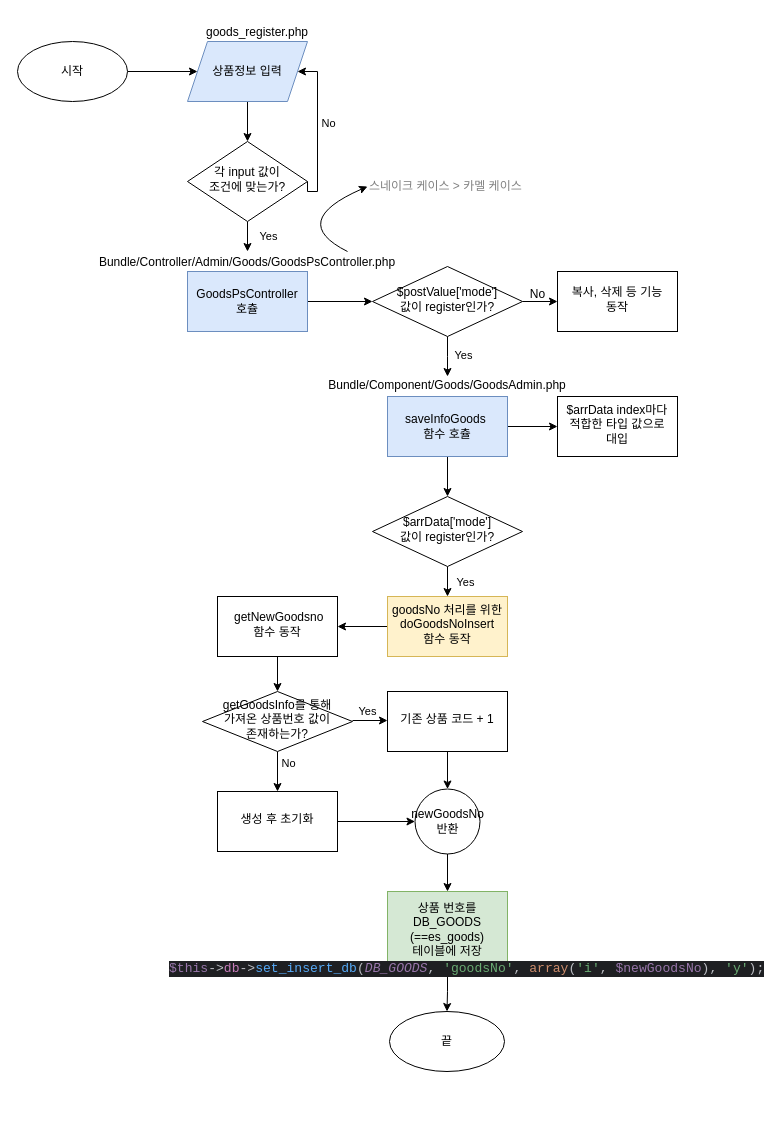
This is views/제목 없는 다이어그램.drawio from juwan-25/crypto, a draw.io file, before an edit. Source tidied: cells renumbered, new cells numbered last; positions are measured from the earlier drawing's top-left corner, leaving out a move shared by most shapes. Both pictures are drawn from the tidied source at 100%, with x=0, y=0 at pixel (17, 17).
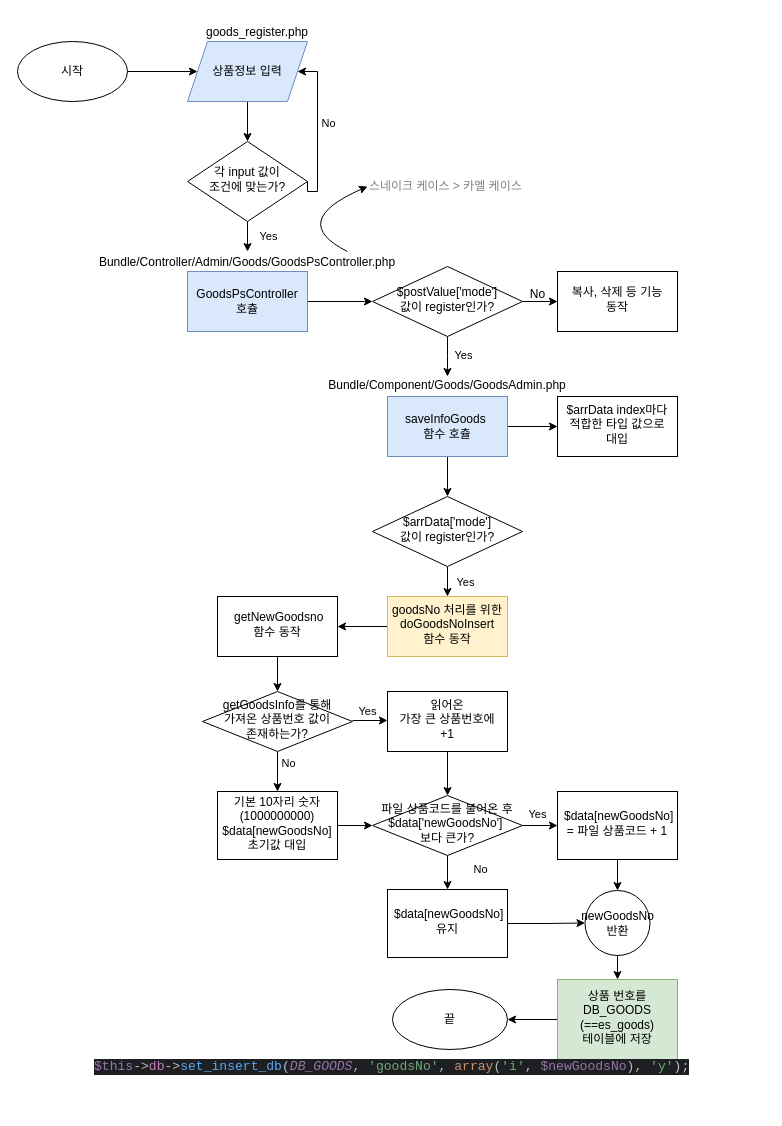
Above is the later version.

Commit message:
제목 없는 다이어그램.drawio 업데이트

Diff of the diagram source:
```diff
@@
-    <mxCell id="39" style="edgeStyle=orthogonalEdgeStyle;rounded=0;jettySize=auto;html=1;" parent="1" edge="1" source="40" target="46">
-      <mxGeometry relative="1" as="geometry" />
-    </mxCell>
+    <mxCell id="49" style="edgeStyle=orthogonalEdgeStyle;rounded=0;jettySize=auto;html=1;" parent="1" edge="1" source="40" target="54">
+      <mxGeometry relative="1" as="geometry" />
+    </mxCell>
-    <mxCell id="40" value="기존 상품 코드 + 1" style="whiteSpace=wrap;html=1;shadow=0;strokeWidth=1;spacing=6;spacingTop=-4;" parent="1" vertex="1">
+    <mxCell id="40" value="읽어온 &lt;br&gt;가장 큰 상품번호에 +1" style="whiteSpace=wrap;html=1;shadow=0;strokeWidth=1;spacing=6;spacingTop=-4;" parent="1" vertex="1">
       <mxGeometry x="370" y="674" width="120" height="60" as="geometry" />
     </mxCell>
-    <mxCell id="41" style="edgeStyle=orthogonalEdgeStyle;rounded=0;jettySize=auto;html=1;" parent="1" edge="1" source="42" target="46">
-      <mxGeometry relative="1" as="geometry" />
-    </mxCell>
+    <mxCell id="50" style="edgeStyle=orthogonalEdgeStyle;rounded=0;jettySize=auto;html=1;" parent="1" edge="1" source="42" target="54">
+      <mxGeometry relative="1" as="geometry" />
+    </mxCell>
-    <mxCell id="42" value="생성 후 초기화" style="whiteSpace=wrap;html=1;shadow=0;strokeWidth=1;spacing=6;spacingTop=-4;" parent="1" vertex="1">
-      <mxGeometry x="200" y="774" width="120" height="60" as="geometry" />
+    <mxCell id="42" value="기본 10자리 숫자(1000000000) $data[newGoodsNo] 초기값 대입" style="whiteSpace=wrap;html=1;shadow=0;strokeWidth=1;spacing=6;spacingTop=-4;" parent="1" vertex="1">
+      <mxGeometry x="200" y="774" width="120" height="68" as="geometry" />
     </mxCell>
@@
     <mxCell id="44" value="상품 번호를&lt;br&gt;DB_GOODS&lt;br&gt;(==es_goods) &lt;br&gt;테이블에 저장" style="whiteSpace=wrap;html=1;shadow=0;strokeWidth=1;spacing=6;spacingTop=-4;fillColor=#d5e8d4;strokeColor=#82b366;" parent="1" vertex="1">
-      <mxGeometry x="370" y="874" width="120" height="80" as="geometry" />
+      <mxGeometry x="540" y="962" width="120" height="80" as="geometry" />
     </mxCell>
@@
     <mxCell id="46" value="newGoodsNo&lt;br&gt;반환" style="ellipse;whiteSpace=wrap;html=1;" parent="1" vertex="1">
-      <mxGeometry x="397.5" y="771.5" width="65" height="65" as="geometry" />
+      <mxGeometry x="567.5" y="873" width="65" height="65" as="geometry" />
     </mxCell>
+    <mxCell id="48" value="끝" style="ellipse;whiteSpace=wrap;html=1;" parent="1" vertex="1">
+      <mxGeometry x="375" y="972" width="115" height="60" as="geometry" />
+    </mxCell>
+    <mxCell id="51" value="No" style="edgeStyle=orthogonalEdgeStyle;rounded=0;jettySize=auto;html=1;" parent="1" edge="1" source="54" target="56">
+      <mxGeometry x="0.13" y="11" relative="1" as="geometry">
+        <mxPoint x="22" as="offset" />
+      </mxGeometry>
+    </mxCell>
+    <mxCell id="52" style="edgeStyle=orthogonalEdgeStyle;rounded=0;jettySize=auto;html=1;" parent="1" edge="1" source="54" target="58">
+      <mxGeometry relative="1" as="geometry" />
+    </mxCell>
+    <mxCell id="53" value="Yes" style="edgeLabel;html=1;align=center;verticalAlign=middle;" parent="52" vertex="1">
+      <mxGeometry x="-0.48" y="4" relative="1" as="geometry">
+        <mxPoint x="2" y="-8" as="offset" />
+      </mxGeometry>
+    </mxCell>
+    <mxCell id="54" value="파일 상품코드를 불어온 후&lt;br&gt;$data['newGoodsNo']&amp;nbsp;&lt;br&gt;보다 큰가?" style="rhombus;whiteSpace=wrap;html=1;shadow=0;fontFamily=Helvetica;fontSize=12;align=center;strokeWidth=1;spacing=6;spacingTop=-4;" parent="1" vertex="1">
+      <mxGeometry x="355" y="778" width="150" height="60" as="geometry" />
+    </mxCell>
+    <mxCell id="55" style="edgeStyle=orthogonalEdgeStyle;rounded=0;jettySize=auto;html=1;" parent="1" edge="1" source="56" target="46">
+      <mxGeometry relative="1" as="geometry" />
+    </mxCell>
+    <mxCell id="56" value="&amp;nbsp;$data[newGoodsNo]&lt;br&gt;유지" style="whiteSpace=wrap;html=1;shadow=0;strokeWidth=1;spacing=6;spacingTop=-4;" parent="1" vertex="1">
+      <mxGeometry x="370" y="872" width="120" height="68" as="geometry" />
+    </mxCell>
+    <mxCell id="57" style="edgeStyle=orthogonalEdgeStyle;rounded=0;jettySize=auto;html=1;" parent="1" edge="1" source="58" target="46">
+      <mxGeometry relative="1" as="geometry" />
+    </mxCell>
+    <mxCell id="58" value="&amp;nbsp;$data[newGoodsNo]&lt;br&gt;= 파일 상품코드 + 1" style="whiteSpace=wrap;html=1;shadow=0;strokeWidth=1;spacing=6;spacingTop=-4;" parent="1" vertex="1">
+      <mxGeometry x="540" y="774" width="120" height="68" as="geometry" />
+    </mxCell>
     <mxCell id="47" value="&lt;div style=&quot;background-color:#1e1f22;color:#bcbec4&quot;&gt;&lt;pre style=&quot;font-family:'JetBrains Mono',monospace;font-size:9.8pt;&quot;&gt;&lt;span style=&quot;color:#9876aa;&quot;&gt;$this&lt;/span&gt;-&amp;gt;&lt;span style=&quot;color:#c77dbb;&quot;&gt;db&lt;/span&gt;-&amp;gt;&lt;span style=&quot;color:#57aaf7;&quot;&gt;set_insert_db&lt;/span&gt;(&lt;span style=&quot;color:#9876aa;font-style:italic;&quot;&gt;DB_GOODS&lt;/span&gt;, &lt;span style=&quot;color:#6aab73;&quot;&gt;'goodsNo'&lt;/span&gt;, &lt;span style=&quot;color:#cf8e6d;&quot;&gt;array&lt;/span&gt;(&lt;span style=&quot;color:#6aab73;&quot;&gt;'i'&lt;/span&gt;, &lt;span style=&quot;color:#9876aa;&quot;&gt;$newGoodsNo&lt;/span&gt;), &lt;span style=&quot;color:#6aab73;&quot;&gt;'y'&lt;/span&gt;);&lt;/pre&gt;&lt;/div&gt;" style="text;whiteSpace=wrap;html=1;" parent="1" vertex="1">
-      <mxGeometry x="150" y="924" width="560" height="70" as="geometry" />
+      <mxGeometry x="75" y="1022" width="560" height="70" as="geometry" />
     </mxCell>
-    <mxCell id="48" value="끝" style="ellipse;whiteSpace=wrap;html=1;" parent="1" vertex="1">
-      <mxGeometry x="372" y="994" width="115" height="60" as="geometry" />
-    </mxCell>
```
